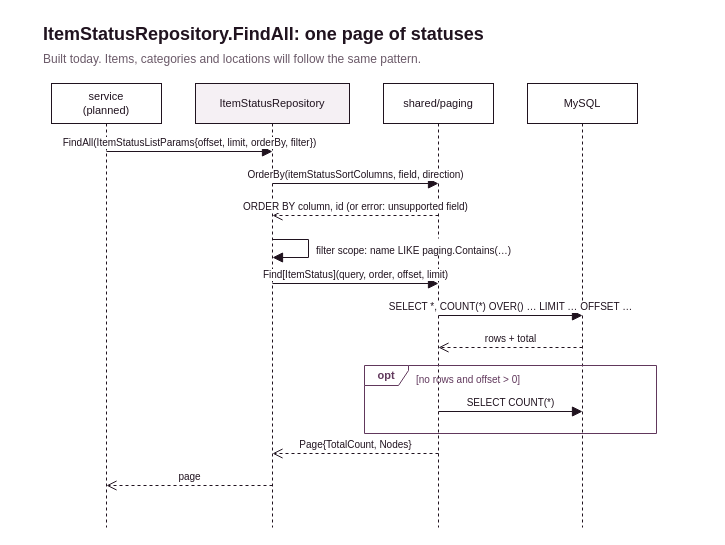
The draw.io diagram page "List item statuses" (5 of 5) of services/item-service/docs/item-service.drawio in jochem11/inventory-manager, before the edit. Source tidied: cells renumbered, new cells numbered last; positions are measured from the earlier drawing's top-left corner, leaving out a move shared by most shapes. Both pictures are drawn from the tidied source at 100%, with x=0, y=0 at pixel (41, 17).
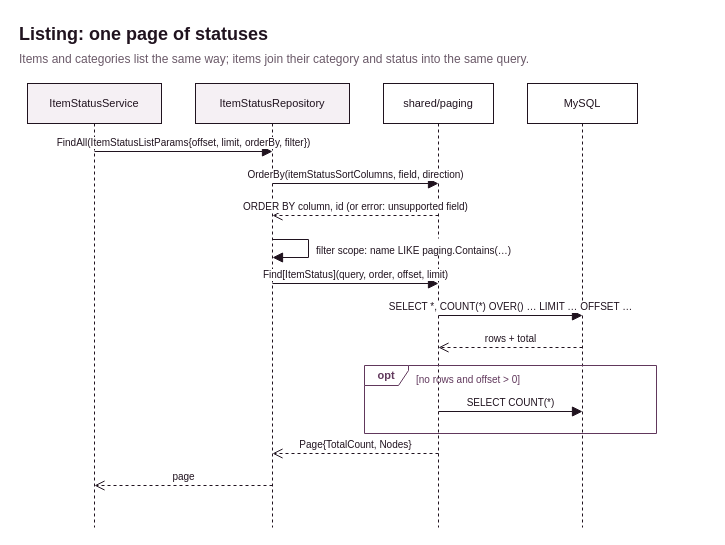
The same page after the edit.

The edit, as a diff of the source:
```diff
@@
-    <mxCell id="2" value="service&lt;br&gt;(planned)" style="shape=umlLifeline;perimeter=lifelinePerimeter;whiteSpace=wrap;html=1;size=40;fillColor=#ffffff;strokeColor=#20131f;fontSize=11;fontColor=#20131f;fontFamily=Helvetica;" parent="1" vertex="1">
-      <mxGeometry x="10" y="66" width="110" height="444" as="geometry" />
+    <mxCell id="2" value="ItemStatusService" style="shape=umlLifeline;perimeter=lifelinePerimeter;whiteSpace=wrap;html=1;size=40;fillColor=#f5f0f4;strokeColor=#20131f;fontSize=11;fontColor=#20131f;fontFamily=Helvetica;" parent="1" vertex="1">
+      <mxGeometry x="-14" y="66" width="134" height="444" as="geometry" />
     </mxCell>
@@
     <mxCell id="7" value="FindAll(ItemStatusListParams{offset, limit, orderBy, filter})" style="html=1;endArrow=block;endFill=1;endSize=8;rounded=0;fontSize=10;strokeColor=#20131f;fontColor=#20131f;labelBackgroundColor=#ffffff;verticalAlign=bottom;fontFamily=Helvetica;" parent="1" edge="1">
       <mxGeometry relative="1" as="geometry">
-        <mxPoint x="65" y="134" as="sourcePoint" />
+        <mxPoint x="53" y="134" as="sourcePoint" />
         <mxPoint x="231" y="134" as="targetPoint" />
       </mxGeometry>
     </mxCell>
@@
     <mxCell id="16" value="page" style="html=1;endArrow=open;endSize=8;dashed=1;rounded=0;fontSize=10;strokeColor=#20131f;fontColor=#20131f;labelBackgroundColor=#ffffff;verticalAlign=bottom;fontFamily=Helvetica;" parent="1" edge="1">
       <mxGeometry relative="1" as="geometry">
         <mxPoint x="231" y="468" as="sourcePoint" />
-        <mxPoint x="65" y="468" as="targetPoint" />
+        <mxPoint x="53" y="468" as="targetPoint" />
       </mxGeometry>
     </mxCell>
-    <mxCell id="17" value="&lt;b&gt;ItemStatusRepository.FindAll: one page of statuses&lt;/b&gt;" style="text;html=1;whiteSpace=wrap;align=left;verticalAlign=top;fontSize=18;fontColor=#20131f;fontFamily=Helvetica;" parent="1" vertex="1">
-      <mxGeometry width="565" height="26" as="geometry" />
+    <mxCell id="17" value="&lt;b&gt;Listing: one page of statuses&lt;/b&gt;" style="text;html=1;whiteSpace=wrap;align=left;verticalAlign=top;fontSize=18;fontColor=#20131f;fontFamily=Helvetica;" parent="1" vertex="1">
+      <mxGeometry x="-24" width="335" height="26" as="geometry" />
     </mxCell>
-    <mxCell id="18" value="Built today. Items, categories and locations will follow the same pattern." style="text;html=1;whiteSpace=wrap;align=left;verticalAlign=top;fontSize=12;fontColor=#6b5a69;fontFamily=Helvetica;" parent="1" vertex="1">
-      <mxGeometry y="28" width="531" height="20" as="geometry" />
+    <mxCell id="18" value="Items and categories list the same way; items join their category and status into the same query." style="text;html=1;whiteSpace=wrap;align=left;verticalAlign=top;fontSize=12;fontColor=#6b5a69;fontFamily=Helvetica;" parent="1" vertex="1">
+      <mxGeometry x="-24" y="28" width="691" height="20" as="geometry" />
     </mxCell>
```
